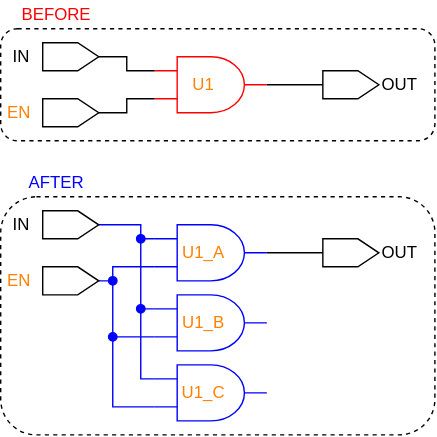
AlbertHansen/TripleModularRedundancyTool_developer_guide keeps this draw.io diagram as figures/dark-mode/triplicate_scripts/triplicate_cell.drawio.svg. Above is the earlier version. Source tidied: cells renumbered, new cells last; positions are measured from the earlier drawing's top-left corner, leaving out a move shared by most shapes. The source it was exported from:
```xml
<mxGraphModel>
  <root>
    <mxCell id="0" />
    <mxCell id="1" parent="0" />
    <mxCell id="2" style="rounded=1;whiteSpace=wrap;html=1;fillColor=none;dashed=1;" parent="1" vertex="1">
      <mxGeometry y="20" width="310" height="80" as="geometry" />
    </mxCell>
    <mxCell id="3" style="edgeStyle=orthogonalEdgeStyle;html=1;exitX=0.5;exitY=1;exitDx=0;exitDy=0;entryX=0;entryY=0.25;entryDx=0;entryDy=0;entryPerimeter=0;endArrow=none;endFill=0;rounded=0;" parent="1" edge="1" source="4" target="9">
      <mxGeometry relative="1" as="geometry" />
    </mxCell>
    <mxCell id="4" style="shape=offPageConnector;whiteSpace=wrap;html=1;rotation=-90;fillColor=none;" parent="1" vertex="1">
      <mxGeometry x="40" y="20" width="20" height="40" as="geometry" />
    </mxCell>
    <mxCell id="5" style="edgeStyle=orthogonalEdgeStyle;rounded=0;html=1;exitX=0.5;exitY=1;exitDx=0;exitDy=0;entryX=0;entryY=0.75;entryDx=0;entryDy=0;entryPerimeter=0;endArrow=none;endFill=0;" parent="1" edge="1" source="6" target="9">
      <mxGeometry relative="1" as="geometry" />
    </mxCell>
    <mxCell id="6" style="shape=offPageConnector;whiteSpace=wrap;html=1;rotation=-90;fillColor=none;" parent="1" vertex="1">
      <mxGeometry x="40" y="60" width="20" height="40" as="geometry" />
    </mxCell>
    <mxCell id="7" style="shape=offPageConnector;whiteSpace=wrap;html=1;rotation=-90;fillColor=none;" parent="1" vertex="1">
      <mxGeometry x="240" y="40" width="20" height="40" as="geometry" />
    </mxCell>
    <mxCell id="8" style="edgeStyle=orthogonalEdgeStyle;rounded=0;html=1;exitX=1;exitY=0.5;exitDx=0;exitDy=0;exitPerimeter=0;entryX=0.5;entryY=0;entryDx=0;entryDy=0;endArrow=none;endFill=0;" parent="1" edge="1" source="9" target="7">
      <mxGeometry relative="1" as="geometry" />
    </mxCell>
    <mxCell id="9" style="verticalLabelPosition=bottom;shadow=0;dashed=0;align=center;html=1;verticalAlign=top;shape=mxgraph.electrical.logic_gates.logic_gate;operation=and;fillColor=none;strokeColor=#FF0000;" parent="1" vertex="1">
      <mxGeometry x="110" y="40" width="80" height="40" as="geometry" />
    </mxCell>
    <mxCell id="10" value="IN" style="text;html=1;strokeColor=none;fillColor=none;align=center;verticalAlign=middle;whiteSpace=wrap;rounded=0;" parent="1" vertex="1">
      <mxGeometry y="30" width="30" height="20" as="geometry" />
    </mxCell>
    <mxCell id="11" value="EN&lt;span style=&quot;font-family: monospace; font-size: 0px; text-align: start;&quot;&gt;%3CmxGraphModel%3E%3Croot%3E%3CmxCell%20id%3D%220%22%2F%3E%3CmxCell%20id%3D%221%22%20parent%3D%220%22%2F%3E%3CmxCell%20id%3D%222%22%20value%3D%22IN%22%20style%3D%22text%3Bhtml%3D1%3BstrokeColor%3Dnone%3BfillColor%3Dnone%3Balign%3Dcenter%3BverticalAlign%3Dmiddle%3BwhiteSpace%3Dwrap%3Brounded%3D0%3B%22%20vertex%3D%221%22%20parent%3D%221%22%3E%3CmxGeometry%20x%3D%22170%22%20y%3D%2290%22%20width%3D%2230%22%20height%3D%2220%22%20as%3D%22geometry%22%2F%3E%3C%2FmxCell%3E%3C%2Froot%3E%3C%2FmxGraphModel%3E&lt;/span&gt;" style="text;html=1;strokeColor=none;fillColor=none;align=center;verticalAlign=middle;whiteSpace=wrap;rounded=0;fontColor=#FF8000;" parent="1" vertex="1">
      <mxGeometry y="70" width="30" height="20" as="geometry" />
    </mxCell>
    <mxCell id="12" value="OUT" style="text;html=1;strokeColor=none;fillColor=none;align=center;verticalAlign=middle;whiteSpace=wrap;rounded=0;" parent="1" vertex="1">
      <mxGeometry x="270" y="50" width="30" height="20" as="geometry" />
    </mxCell>
    <mxCell id="13" value="U1" style="text;html=1;strokeColor=none;fillColor=none;align=center;verticalAlign=middle;whiteSpace=wrap;rounded=0;dashed=1;fontColor=#FF8000;" parent="1" vertex="1">
      <mxGeometry x="130" y="50" width="30" height="20" as="geometry" />
    </mxCell>
    <mxCell id="14" style="rounded=1;whiteSpace=wrap;html=1;fillColor=none;dashed=1;" parent="1" vertex="1">
      <mxGeometry y="140" width="310" height="170" as="geometry" />
    </mxCell>
    <mxCell id="15" style="edgeStyle=orthogonalEdgeStyle;html=1;exitX=0.5;exitY=1;exitDx=0;exitDy=0;entryX=0;entryY=0.25;entryDx=0;entryDy=0;entryPerimeter=0;endArrow=none;endFill=0;rounded=0;strokeColor=#0000FF;" parent="1" edge="1" source="16" target="21">
      <mxGeometry relative="1" as="geometry">
        <Array as="points">
          <mxPoint x="100" y="160" />
          <mxPoint x="100" y="170" />
        </Array>
      </mxGeometry>
    </mxCell>
    <mxCell id="16" style="shape=offPageConnector;whiteSpace=wrap;html=1;rotation=-90;fillColor=none;" parent="1" vertex="1">
      <mxGeometry x="40" y="140" width="20" height="40" as="geometry" />
    </mxCell>
    <mxCell id="17" style="edgeStyle=orthogonalEdgeStyle;rounded=0;html=1;exitX=0.5;exitY=1;exitDx=0;exitDy=0;entryX=0;entryY=0.75;entryDx=0;entryDy=0;entryPerimeter=0;endArrow=none;endFill=0;strokeColor=#0000FF;" parent="1" edge="1" source="18" target="21">
      <mxGeometry relative="1" as="geometry">
        <Array as="points">
          <mxPoint x="80" y="200" />
          <mxPoint x="80" y="190" />
        </Array>
      </mxGeometry>
    </mxCell>
    <mxCell id="18" style="shape=offPageConnector;whiteSpace=wrap;html=1;rotation=-90;fillColor=none;" parent="1" vertex="1">
      <mxGeometry x="40" y="180" width="20" height="40" as="geometry" />
    </mxCell>
    <mxCell id="19" style="shape=offPageConnector;whiteSpace=wrap;html=1;rotation=-90;fillColor=none;" parent="1" vertex="1">
      <mxGeometry x="240" y="160" width="20" height="40" as="geometry" />
    </mxCell>
    <mxCell id="20" style="edgeStyle=orthogonalEdgeStyle;rounded=0;html=1;exitX=1;exitY=0.5;exitDx=0;exitDy=0;exitPerimeter=0;entryX=0.5;entryY=0;entryDx=0;entryDy=0;endArrow=none;endFill=0;" parent="1" edge="1" source="21" target="19">
      <mxGeometry relative="1" as="geometry" />
    </mxCell>
    <mxCell id="21" style="verticalLabelPosition=bottom;shadow=0;dashed=0;align=center;html=1;verticalAlign=top;shape=mxgraph.electrical.logic_gates.logic_gate;operation=and;fillColor=none;strokeColor=#0000FF;" parent="1" vertex="1">
      <mxGeometry x="110" y="160" width="80" height="40" as="geometry" />
    </mxCell>
    <mxCell id="22" value="IN" style="text;html=1;strokeColor=none;fillColor=none;align=center;verticalAlign=middle;whiteSpace=wrap;rounded=0;" parent="1" vertex="1">
      <mxGeometry y="150" width="30" height="20" as="geometry" />
    </mxCell>
    <mxCell id="23" value="EN&lt;span style=&quot;font-family: monospace; font-size: 0px; text-align: start;&quot;&gt;%3CmxGraphModel%3E%3Croot%3E%3CmxCell%20id%3D%220%22%2F%3E%3CmxCell%20id%3D%221%22%20parent%3D%220%22%2F%3E%3CmxCell%20id%3D%222%22%20value%3D%22IN%22%20style%3D%22text%3Bhtml%3D1%3BstrokeColor%3Dnone%3BfillColor%3Dnone%3Balign%3Dcenter%3BverticalAlign%3Dmiddle%3BwhiteSpace%3Dwrap%3Brounded%3D0%3B%22%20vertex%3D%221%22%20parent%3D%221%22%3E%3CmxGeometry%20x%3D%22170%22%20y%3D%2290%22%20width%3D%2230%22%20height%3D%2220%22%20as%3D%22geometry%22%2F%3E%3C%2FmxCell%3E%3C%2Froot%3E%3C%2FmxGraphModel%3E&lt;/span&gt;" style="text;html=1;strokeColor=none;fillColor=none;align=center;verticalAlign=middle;whiteSpace=wrap;rounded=0;fontColor=#FF8000;" parent="1" vertex="1">
      <mxGeometry y="190" width="30" height="20" as="geometry" />
    </mxCell>
    <mxCell id="24" value="OUT" style="text;html=1;strokeColor=none;fillColor=none;align=center;verticalAlign=middle;whiteSpace=wrap;rounded=0;" parent="1" vertex="1">
      <mxGeometry x="270" y="170" width="30" height="20" as="geometry" />
    </mxCell>
    <mxCell id="25" value="U1_A" style="text;html=1;strokeColor=none;fillColor=none;align=center;verticalAlign=middle;whiteSpace=wrap;rounded=0;dashed=1;fontColor=#FF8000;" parent="1" vertex="1">
      <mxGeometry x="130" y="170" width="30" height="20" as="geometry" />
    </mxCell>
    <mxCell id="26" value="BEFORE" style="text;html=1;strokeColor=none;fillColor=none;align=center;verticalAlign=middle;whiteSpace=wrap;rounded=0;dashed=1;fontColor=#FF0000;" parent="1" vertex="1">
      <mxGeometry x="10" width="60" height="20" as="geometry" />
    </mxCell>
    <mxCell id="27" value="AFTER" style="text;html=1;strokeColor=none;fillColor=none;align=center;verticalAlign=middle;whiteSpace=wrap;rounded=0;dashed=1;fontColor=#0000FF;" parent="1" vertex="1">
      <mxGeometry x="10" y="120" width="60" height="20" as="geometry" />
    </mxCell>
    <mxCell id="28" style="edgeStyle=orthogonalEdgeStyle;rounded=0;html=1;exitX=0;exitY=0.25;exitDx=0;exitDy=0;exitPerimeter=0;fontColor=#FF8000;endArrow=oval;endFill=1;strokeColor=#0000FF;" parent="1" edge="1" source="30">
      <mxGeometry relative="1" as="geometry">
        <mxPoint x="100" y="220" as="targetPoint" />
      </mxGeometry>
    </mxCell>
    <mxCell id="29" style="edgeStyle=orthogonalEdgeStyle;rounded=0;html=1;exitX=0;exitY=0.75;exitDx=0;exitDy=0;exitPerimeter=0;fontColor=#FF8000;endArrow=oval;endFill=1;strokeColor=#0000FF;" parent="1" edge="1" source="30">
      <mxGeometry relative="1" as="geometry">
        <mxPoint x="80" y="240" as="targetPoint" />
      </mxGeometry>
    </mxCell>
    <mxCell id="30" style="verticalLabelPosition=bottom;shadow=0;dashed=0;align=center;html=1;verticalAlign=top;shape=mxgraph.electrical.logic_gates.logic_gate;operation=and;fillColor=none;strokeColor=#0000FF;" parent="1" vertex="1">
      <mxGeometry x="110" y="260" width="80" height="40" as="geometry" />
    </mxCell>
    <mxCell id="31" style="edgeStyle=orthogonalEdgeStyle;rounded=0;html=1;exitX=0;exitY=0.25;exitDx=0;exitDy=0;exitPerimeter=0;fontColor=#FF8000;endArrow=oval;endFill=1;strokeColor=#0000FF;" parent="1" edge="1" source="33">
      <mxGeometry relative="1" as="geometry">
        <mxPoint x="100" y="170" as="targetPoint" />
      </mxGeometry>
    </mxCell>
    <mxCell id="32" style="edgeStyle=orthogonalEdgeStyle;rounded=0;html=1;exitX=0;exitY=0.75;exitDx=0;exitDy=0;exitPerimeter=0;fontColor=#FF8000;endArrow=oval;endFill=1;strokeColor=#0000FF;" parent="1" edge="1" source="33">
      <mxGeometry relative="1" as="geometry">
        <mxPoint x="80" y="200" as="targetPoint" />
      </mxGeometry>
    </mxCell>
    <mxCell id="33" style="verticalLabelPosition=bottom;shadow=0;dashed=0;align=center;html=1;verticalAlign=top;shape=mxgraph.electrical.logic_gates.logic_gate;operation=and;fillColor=none;strokeColor=#0000FF;" parent="1" vertex="1">
      <mxGeometry x="110" y="210" width="80" height="40" as="geometry" />
    </mxCell>
    <mxCell id="34" value="U1_B" style="text;html=1;strokeColor=none;fillColor=none;align=center;verticalAlign=middle;whiteSpace=wrap;rounded=0;dashed=1;fontColor=#FF8000;" parent="1" vertex="1">
      <mxGeometry x="130" y="220" width="30" height="20" as="geometry" />
    </mxCell>
    <mxCell id="35" value="U1_C" style="text;html=1;strokeColor=none;fillColor=none;align=center;verticalAlign=middle;whiteSpace=wrap;rounded=0;dashed=1;fontColor=#FF8000;" parent="1" vertex="1">
      <mxGeometry x="130" y="270" width="30" height="20" as="geometry" />
    </mxCell>
  </root>
</mxGraphModel>
```
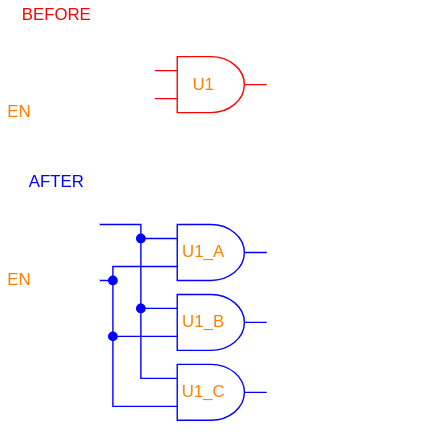
Later version of the same file.

Commit message:
triplicate scripts in dark and light mode

The edit, as a diff of the source:
```diff
@@ -2,43 +2,43 @@
   <root>
     <mxCell id="0" />
     <mxCell id="1" parent="0" />
-    <mxCell id="2" style="rounded=1;whiteSpace=wrap;html=1;fillColor=none;dashed=1;" parent="1" vertex="1">
+    <mxCell id="2" style="rounded=1;whiteSpace=wrap;html=1;fillColor=none;dashed=1;strokeColor=#FFFFFF;" parent="1" vertex="1">
       <mxGeometry y="20" width="310" height="80" as="geometry" />
     </mxCell>
-    <mxCell id="3" style="edgeStyle=orthogonalEdgeStyle;html=1;exitX=0.5;exitY=1;exitDx=0;exitDy=0;entryX=0;entryY=0.25;entryDx=0;entryDy=0;entryPerimeter=0;endArrow=none;endFill=0;rounded=0;" parent="1" edge="1" source="4" target="9">
+    <mxCell id="3" style="edgeStyle=orthogonalEdgeStyle;html=1;exitX=0.5;exitY=1;exitDx=0;exitDy=0;entryX=0;entryY=0.25;entryDx=0;entryDy=0;entryPerimeter=0;endArrow=none;endFill=0;rounded=0;strokeColor=#FFFFFF;" parent="1" edge="1" source="4" target="9">
       <mxGeometry relative="1" as="geometry" />
     </mxCell>
-    <mxCell id="4" style="shape=offPageConnector;whiteSpace=wrap;html=1;rotation=-90;fillColor=none;" parent="1" vertex="1">
+    <mxCell id="4" style="shape=offPageConnector;whiteSpace=wrap;html=1;rotation=-90;fillColor=none;strokeColor=#FFFFFF;" parent="1" vertex="1">
       <mxGeometry x="40" y="20" width="20" height="40" as="geometry" />
     </mxCell>
-    <mxCell id="5" style="edgeStyle=orthogonalEdgeStyle;rounded=0;html=1;exitX=0.5;exitY=1;exitDx=0;exitDy=0;entryX=0;entryY=0.75;entryDx=0;entryDy=0;entryPerimeter=0;endArrow=none;endFill=0;" parent="1" edge="1" source="6" target="9">
+    <mxCell id="5" style="edgeStyle=orthogonalEdgeStyle;rounded=0;html=1;exitX=0.5;exitY=1;exitDx=0;exitDy=0;entryX=0;entryY=0.75;entryDx=0;entryDy=0;entryPerimeter=0;endArrow=none;endFill=0;strokeColor=#FFFFFF;" parent="1" edge="1" source="6" target="9">
       <mxGeometry relative="1" as="geometry" />
     </mxCell>
-    <mxCell id="6" style="shape=offPageConnector;whiteSpace=wrap;html=1;rotation=-90;fillColor=none;" parent="1" vertex="1">
+    <mxCell id="6" style="shape=offPageConnector;whiteSpace=wrap;html=1;rotation=-90;fillColor=none;strokeColor=#FFFFFF;" parent="1" vertex="1">
       <mxGeometry x="40" y="60" width="20" height="40" as="geometry" />
     </mxCell>
-    <mxCell id="7" style="shape=offPageConnector;whiteSpace=wrap;html=1;rotation=-90;fillColor=none;" parent="1" vertex="1">
+    <mxCell id="7" style="shape=offPageConnector;whiteSpace=wrap;html=1;rotation=-90;fillColor=none;strokeColor=#FFFFFF;" parent="1" vertex="1">
       <mxGeometry x="240" y="40" width="20" height="40" as="geometry" />
     </mxCell>
-    <mxCell id="8" style="edgeStyle=orthogonalEdgeStyle;rounded=0;html=1;exitX=1;exitY=0.5;exitDx=0;exitDy=0;exitPerimeter=0;entryX=0.5;entryY=0;entryDx=0;entryDy=0;endArrow=none;endFill=0;" parent="1" edge="1" source="9" target="7">
+    <mxCell id="8" style="edgeStyle=orthogonalEdgeStyle;rounded=0;html=1;exitX=1;exitY=0.5;exitDx=0;exitDy=0;exitPerimeter=0;entryX=0.5;entryY=0;entryDx=0;entryDy=0;endArrow=none;endFill=0;strokeColor=#FFFFFF;" parent="1" edge="1" source="9" target="7">
       <mxGeometry relative="1" as="geometry" />
     </mxCell>
     <mxCell id="9" style="verticalLabelPosition=bottom;shadow=0;dashed=0;align=center;html=1;verticalAlign=top;shape=mxgraph.electrical.logic_gates.logic_gate;operation=and;fillColor=none;strokeColor=#FF0000;" parent="1" vertex="1">
       <mxGeometry x="110" y="40" width="80" height="40" as="geometry" />
     </mxCell>
-    <mxCell id="10" value="IN" style="text;html=1;strokeColor=none;fillColor=none;align=center;verticalAlign=middle;whiteSpace=wrap;rounded=0;" parent="1" vertex="1">
+    <mxCell id="10" value="IN" style="text;html=1;strokeColor=none;fillColor=none;align=center;verticalAlign=middle;whiteSpace=wrap;rounded=0;fontColor=#FFFFFF;" parent="1" vertex="1">
       <mxGeometry y="30" width="30" height="20" as="geometry" />
     </mxCell>
     <mxCell id="11" value="EN&lt;span style=&quot;font-family: monospace; font-size: 0px; text-align: start;&quot;&gt;%3CmxGraphModel%3E%3Croot%3E%3CmxCell%20id%3D%220%22%2F%3E%3CmxCell%20id%3D%221%22%20parent%3D%220%22%2F%3E%3CmxCell%20id%3D%222%22%20value%3D%22IN%22%20style%3D%22text%3Bhtml%3D1%3BstrokeColor%3Dnone%3BfillColor%3Dnone%3Balign%3Dcenter%3BverticalAlign%3Dmiddle%3BwhiteSpace%3Dwrap%3Brounded%3D0%3B%22%20vertex%3D%221%22%20parent%3D%221%22%3E%3CmxGeometry%20x%3D%22170%22%20y%3D%2290%22%20width%3D%2230%22%20height%3D%2220%22%20as%3D%22geometry%22%2F%3E%3C%2FmxCell%3E%3C%2Froot%3E%3C%2FmxGraphModel%3E&lt;/span&gt;" style="text;html=1;strokeColor=none;fillColor=none;align=center;verticalAlign=middle;whiteSpace=wrap;rounded=0;fontColor=#FF8000;" parent="1" vertex="1">
       <mxGeometry y="70" width="30" height="20" as="geometry" />
     </mxCell>
-    <mxCell id="12" value="OUT" style="text;html=1;strokeColor=none;fillColor=none;align=center;verticalAlign=middle;whiteSpace=wrap;rounded=0;" parent="1" vertex="1">
+    <mxCell id="12" value="OUT" style="text;html=1;strokeColor=none;fillColor=none;align=center;verticalAlign=middle;whiteSpace=wrap;rounded=0;fontColor=#FFFFFF;" parent="1" vertex="1">
       <mxGeometry x="270" y="50" width="30" height="20" as="geometry" />
     </mxCell>
     <mxCell id="13" value="U1" style="text;html=1;strokeColor=none;fillColor=none;align=center;verticalAlign=middle;whiteSpace=wrap;rounded=0;dashed=1;fontColor=#FF8000;" parent="1" vertex="1">
       <mxGeometry x="130" y="50" width="30" height="20" as="geometry" />
     </mxCell>
-    <mxCell id="14" style="rounded=1;whiteSpace=wrap;html=1;fillColor=none;dashed=1;" parent="1" vertex="1">
+    <mxCell id="14" style="rounded=1;whiteSpace=wrap;html=1;fillColor=none;dashed=1;strokeColor=#FFFFFF;" parent="1" vertex="1">
       <mxGeometry y="140" width="310" height="170" as="geometry" />
     </mxCell>
     <mxCell id="15" style="edgeStyle=orthogonalEdgeStyle;html=1;exitX=0.5;exitY=1;exitDx=0;exitDy=0;entryX=0;entryY=0.25;entryDx=0;entryDy=0;entryPerimeter=0;endArrow=none;endFill=0;rounded=0;strokeColor=#0000FF;" parent="1" edge="1" source="16" target="21">
@@ -49,7 +49,7 @@
         </Array>
       </mxGeometry>
     </mxCell>
-    <mxCell id="16" style="shape=offPageConnector;whiteSpace=wrap;html=1;rotation=-90;fillColor=none;" parent="1" vertex="1">
+    <mxCell id="16" style="shape=offPageConnector;whiteSpace=wrap;html=1;rotation=-90;fillColor=none;strokeColor=#FFFFFF;" parent="1" vertex="1">
       <mxGeometry x="40" y="140" width="20" height="40" as="geometry" />
     </mxCell>
     <mxCell id="17" style="edgeStyle=orthogonalEdgeStyle;rounded=0;html=1;exitX=0.5;exitY=1;exitDx=0;exitDy=0;entryX=0;entryY=0.75;entryDx=0;entryDy=0;entryPerimeter=0;endArrow=none;endFill=0;strokeColor=#0000FF;" parent="1" edge="1" source="18" target="21">
@@ -60,25 +60,25 @@
         </Array>
       </mxGeometry>
     </mxCell>
-    <mxCell id="18" style="shape=offPageConnector;whiteSpace=wrap;html=1;rotation=-90;fillColor=none;" parent="1" vertex="1">
+    <mxCell id="18" style="shape=offPageConnector;whiteSpace=wrap;html=1;rotation=-90;fillColor=none;strokeColor=#FFFFFF;" parent="1" vertex="1">
       <mxGeometry x="40" y="180" width="20" height="40" as="geometry" />
     </mxCell>
-    <mxCell id="19" style="shape=offPageConnector;whiteSpace=wrap;html=1;rotation=-90;fillColor=none;" parent="1" vertex="1">
+    <mxCell id="19" style="shape=offPageConnector;whiteSpace=wrap;html=1;rotation=-90;fillColor=none;strokeColor=#FFFFFF;" parent="1" vertex="1">
       <mxGeometry x="240" y="160" width="20" height="40" as="geometry" />
     </mxCell>
-    <mxCell id="20" style="edgeStyle=orthogonalEdgeStyle;rounded=0;html=1;exitX=1;exitY=0.5;exitDx=0;exitDy=0;exitPerimeter=0;entryX=0.5;entryY=0;entryDx=0;entryDy=0;endArrow=none;endFill=0;" parent="1" edge="1" source="21" target="19">
+    <mxCell id="20" style="edgeStyle=orthogonalEdgeStyle;rounded=0;html=1;exitX=1;exitY=0.5;exitDx=0;exitDy=0;exitPerimeter=0;entryX=0.5;entryY=0;entryDx=0;entryDy=0;endArrow=none;endFill=0;strokeColor=#FFFFFF;" parent="1" edge="1" source="21" target="19">
       <mxGeometry relative="1" as="geometry" />
     </mxCell>
     <mxCell id="21" style="verticalLabelPosition=bottom;shadow=0;dashed=0;align=center;html=1;verticalAlign=top;shape=mxgraph.electrical.logic_gates.logic_gate;operation=and;fillColor=none;strokeColor=#0000FF;" parent="1" vertex="1">
       <mxGeometry x="110" y="160" width="80" height="40" as="geometry" />
     </mxCell>
-    <mxCell id="22" value="IN" style="text;html=1;strokeColor=none;fillColor=none;align=center;verticalAlign=middle;whiteSpace=wrap;rounded=0;" parent="1" vertex="1">
+    <mxCell id="22" value="IN" style="text;html=1;strokeColor=none;fillColor=none;align=center;verticalAlign=middle;whiteSpace=wrap;rounded=0;fontColor=#FFFFFF;" parent="1" vertex="1">
       <mxGeometry y="150" width="30" height="20" as="geometry" />
     </mxCell>
     <mxCell id="23" value="EN&lt;span style=&quot;font-family: monospace; font-size: 0px; text-align: start;&quot;&gt;%3CmxGraphModel%3E%3Croot%3E%3CmxCell%20id%3D%220%22%2F%3E%3CmxCell%20id%3D%221%22%20parent%3D%220%22%2F%3E%3CmxCell%20id%3D%222%22%20value%3D%22IN%22%20style%3D%22text%3Bhtml%3D1%3BstrokeColor%3Dnone%3BfillColor%3Dnone%3Balign%3Dcenter%3BverticalAlign%3Dmiddle%3BwhiteSpace%3Dwrap%3Brounded%3D0%3B%22%20vertex%3D%221%22%20parent%3D%221%22%3E%3CmxGeometry%20x%3D%22170%22%20y%3D%2290%22%20width%3D%2230%22%20height%3D%2220%22%20as%3D%22geometry%22%2F%3E%3C%2FmxCell%3E%3C%2Froot%3E%3C%2FmxGraphModel%3E&lt;/span&gt;" style="text;html=1;strokeColor=none;fillColor=none;align=center;verticalAlign=middle;whiteSpace=wrap;rounded=0;fontColor=#FF8000;" parent="1" vertex="1">
       <mxGeometry y="190" width="30" height="20" as="geometry" />
     </mxCell>
-    <mxCell id="24" value="OUT" style="text;html=1;strokeColor=none;fillColor=none;align=center;verticalAlign=middle;whiteSpace=wrap;rounded=0;" parent="1" vertex="1">
+    <mxCell id="24" value="OUT" style="text;html=1;strokeColor=none;fillColor=none;align=center;verticalAlign=middle;whiteSpace=wrap;rounded=0;fontColor=#FFFFFF;" parent="1" vertex="1">
       <mxGeometry x="270" y="170" width="30" height="20" as="geometry" />
     </mxCell>
     <mxCell id="25" value="U1_A" style="text;html=1;strokeColor=none;fillColor=none;align=center;verticalAlign=middle;whiteSpace=wrap;rounded=0;dashed=1;fontColor=#FF8000;" parent="1" vertex="1">
```
